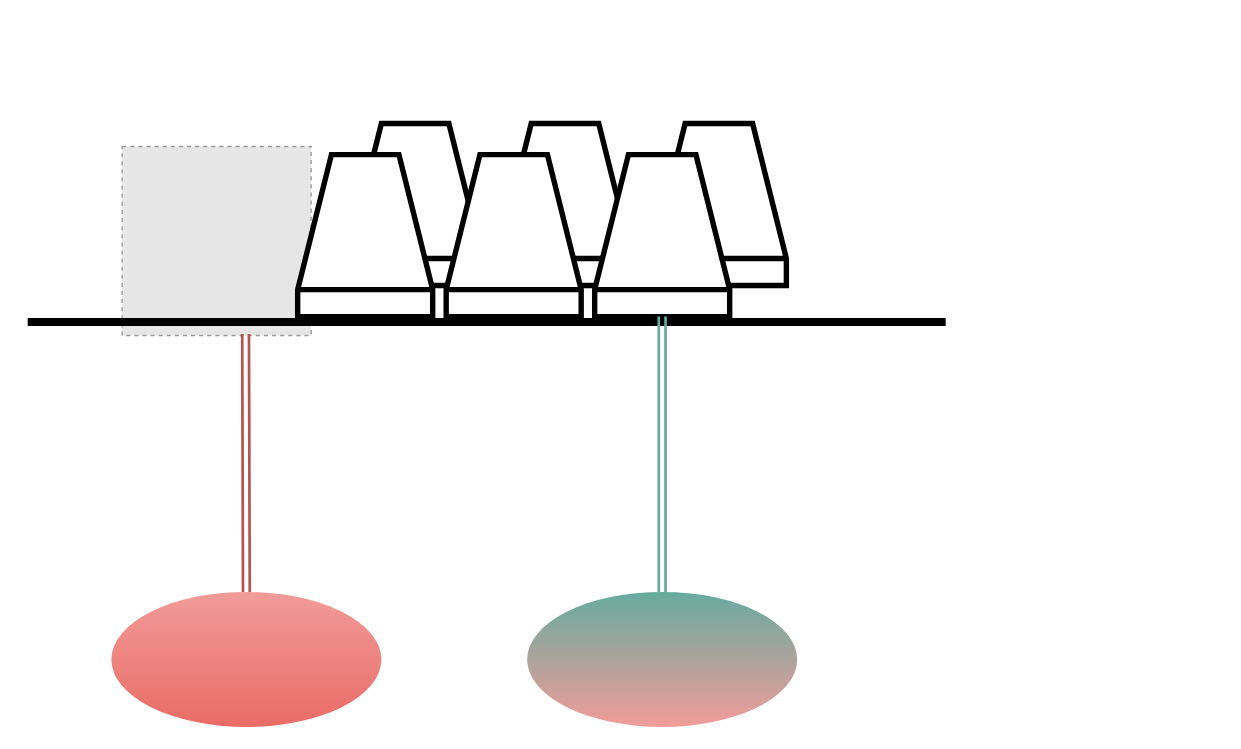
jmctigue/drawio keeps this draw.io diagram as seed-LDRD.drawio. Above is the earlier version. Source tidied: cells renumbered, new cells numbered last; positions are measured from the earlier drawing's top-left corner, leaving out a move shared by most shapes. Both pictures are drawn from the tidied source at 135%, with x=0, y=0 at pixel (27, 123). Pictures stored in the file or linked from it are replaced by grey dashed boxes.
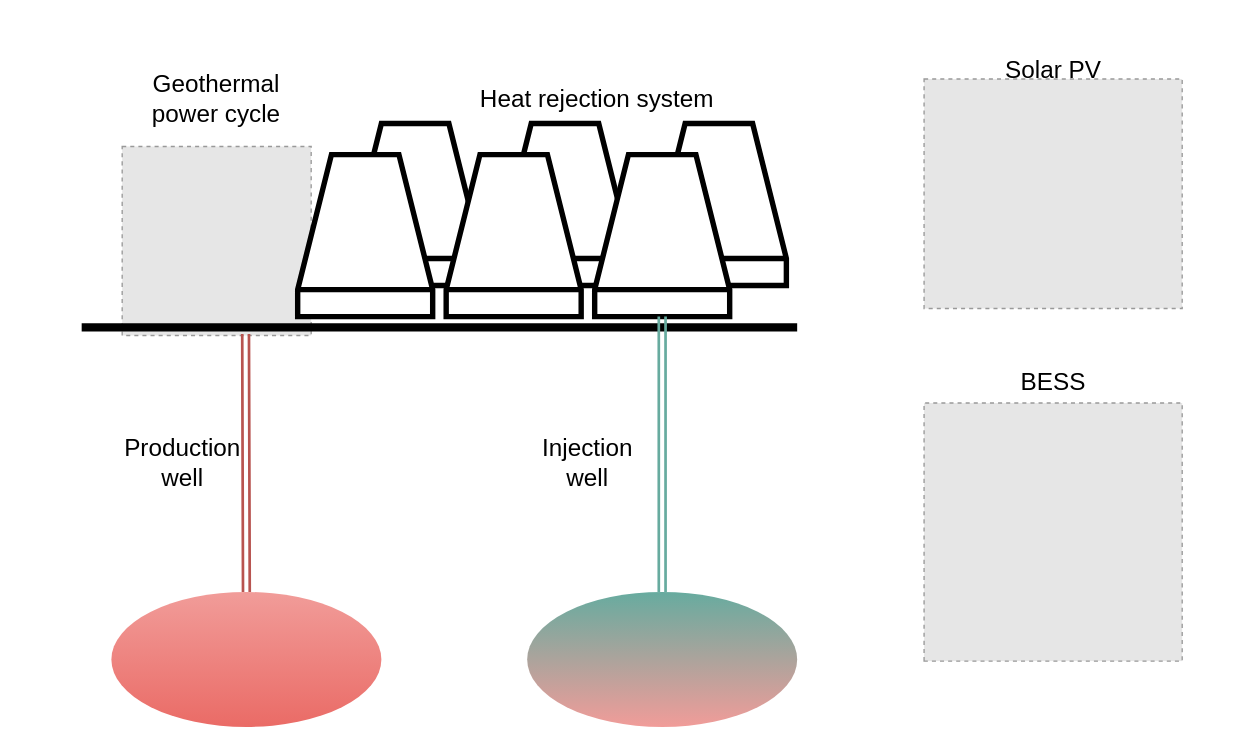
Above is the later version.

The edit, as a diff of the source:
```diff
@@
     <mxCell id="9" style="endArrow=none;html=1;rounded=0;strokeWidth=6;" parent="1" edge="1">
       <mxGeometry relative="1" as="geometry">
-        <mxPoint y="147" as="sourcePoint" />
-        <mxPoint x="680" y="147" as="targetPoint" />
+        <mxPoint x="40" y="151" as="sourcePoint" />
+        <mxPoint x="570" y="151" as="targetPoint" />
       </mxGeometry>
     </mxCell>
@@
+    <mxCell id="14" style="fillColor=#E6E6E6;strokeColor=#999999;dashed=1;html=1;verticalAlign=top;verticalLabelPosition=bottom;labelBackgroundColor=#ffffff;" parent="1" vertex="1">
+      <mxGeometry x="664" y="-33" width="191.2" height="170" as="geometry" />
+    </mxCell>
+    <mxCell id="15" style="fillColor=#E6E6E6;strokeColor=#999999;dashed=1;html=1;verticalAlign=top;verticalLabelPosition=bottom;labelBackgroundColor=#ffffff;rotation=-90;" parent="1" vertex="1">
+      <mxGeometry x="664" y="207" width="191.2" height="191.2" as="geometry" />
+    </mxCell>
+    <mxCell id="16" value="&lt;font style=&quot;font-size: 18px;&quot;&gt;Production&lt;/font&gt;&lt;div&gt;&lt;font style=&quot;font-size: 18px;&quot;&gt;well&lt;/font&gt;&lt;/div&gt;" style="text;html=1;whiteSpace=wrap;strokeColor=none;fillColor=none;align=center;verticalAlign=middle;rounded=0;" parent="1" vertex="1">
+      <mxGeometry x="70" y="217" width="90" height="70" as="geometry" />
+    </mxCell>
+    <mxCell id="17" value="&lt;span style=&quot;font-size: 18px;&quot;&gt;Injection well&lt;/span&gt;" style="text;html=1;whiteSpace=wrap;strokeColor=none;fillColor=none;align=center;verticalAlign=middle;rounded=0;" parent="1" vertex="1">
+      <mxGeometry x="370" y="217" width="90" height="70" as="geometry" />
+    </mxCell>
+    <mxCell id="18" value="&lt;span style=&quot;font-size: 18px;&quot;&gt;Geothermal power cycle&lt;/span&gt;" style="text;html=1;whiteSpace=wrap;strokeColor=none;fillColor=none;align=center;verticalAlign=middle;rounded=0;" parent="1" vertex="1">
+      <mxGeometry x="86" y="-53" width="108" height="70" as="geometry" />
+    </mxCell>
+    <mxCell id="19" value="&lt;span style=&quot;font-size: 18px;&quot;&gt;Heat rejection system&lt;/span&gt;" style="text;html=1;whiteSpace=wrap;strokeColor=none;fillColor=none;align=center;verticalAlign=middle;rounded=0;" parent="1" vertex="1">
+      <mxGeometry x="300" y="-53" width="244" height="70" as="geometry" />
+    </mxCell>
+    <mxCell id="20" value="&lt;span style=&quot;font-size: 18px;&quot;&gt;Solar PV&lt;/span&gt;" style="text;html=1;whiteSpace=wrap;strokeColor=none;fillColor=none;align=center;verticalAlign=middle;rounded=0;" parent="1" vertex="1">
+      <mxGeometry x="637.6" y="-74" width="244" height="70" as="geometry" />
+    </mxCell>
+    <mxCell id="21" value="&lt;span style=&quot;font-size: 18px;&quot;&gt;BESS&lt;/span&gt;" style="text;html=1;whiteSpace=wrap;strokeColor=none;fillColor=none;align=center;verticalAlign=middle;rounded=0;" parent="1" vertex="1">
+      <mxGeometry x="637.6" y="157" width="244" height="70" as="geometry" />
+    </mxCell>
```
